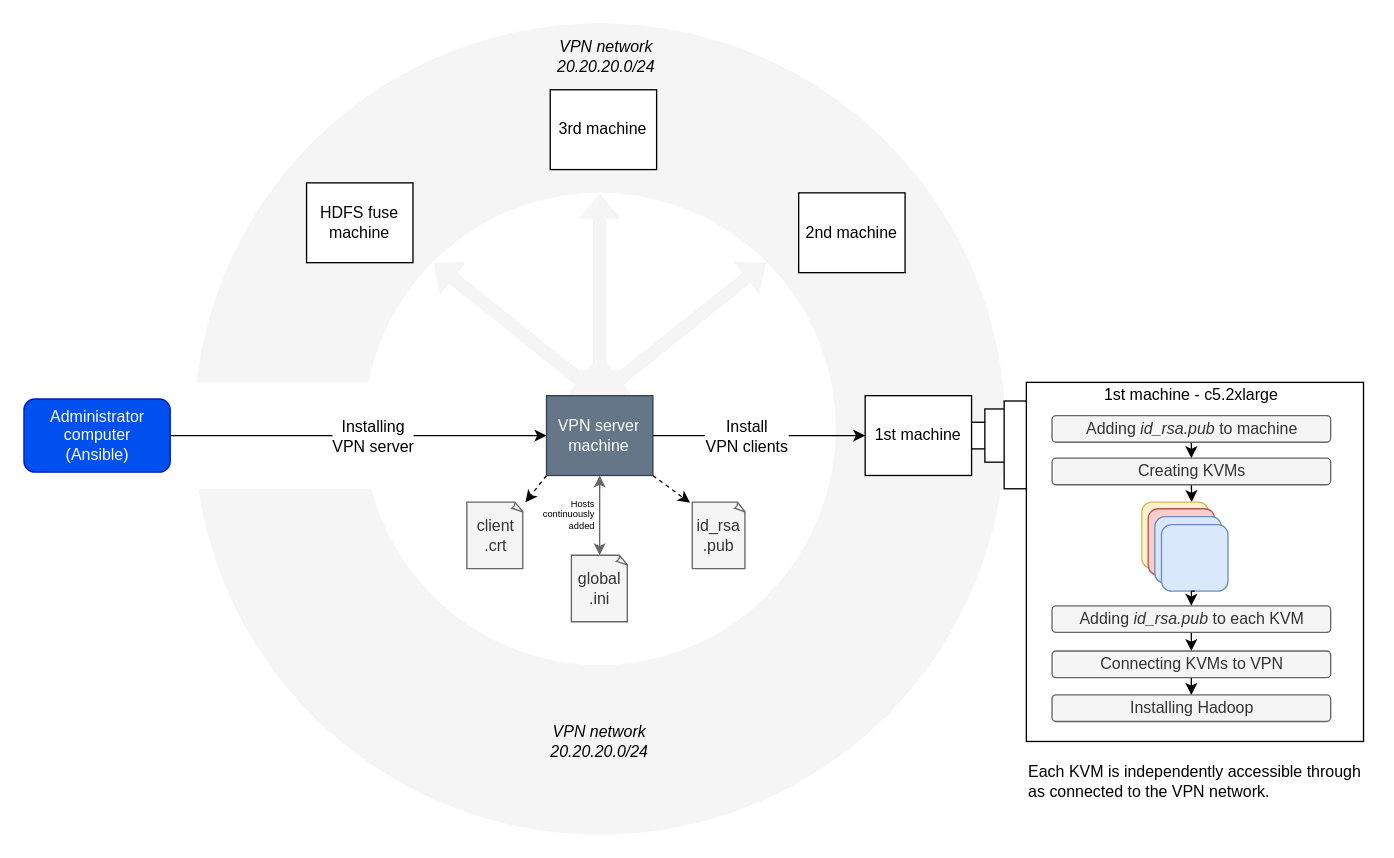
Earlier version of the draw.io diagram chaining.drawio (flavienbwk/aws-terraform-ansible-kvm-hadoop). Source tidied: cells renumbered, new cells numbered last; positions are measured from the earlier drawing's top-left corner, leaving out a move shared by most shapes. Both pictures are drawn from the tidied source at 133%, with x=0, y=0 at pixel (24, 23).
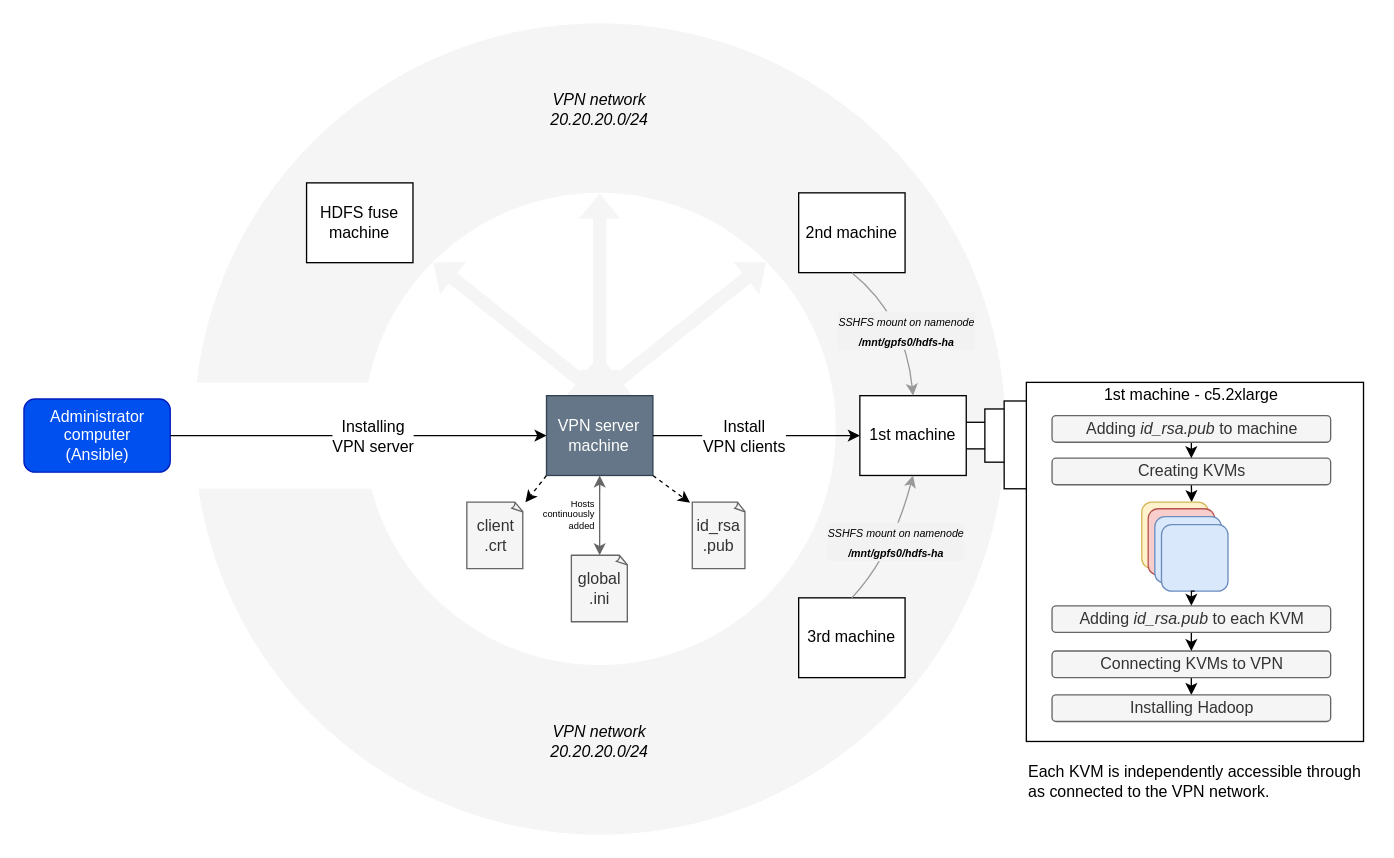
The same diagram, later.

Commit message (it also covers changes not shown here):
Updated architecture schemas and documentation

Unchanged cells that the change refers to:
```xml
<mxCell id="12" value="2nd machine" style="rounded=0;whiteSpace=wrap;html=1;" parent="1" vertex="1">
  <mxGeometry x="582" y="127.5" width="80" height="60" as="geometry" />
</mxCell>
```

Diff of the diagram source:
```diff
@@
     <mxCell id="3" value="&lt;i&gt;VPN network&lt;br&gt;20.20.20.0/24&lt;br&gt;&lt;/i&gt;" style="text;html=1;strokeColor=none;fillColor=none;align=center;verticalAlign=middle;whiteSpace=wrap;rounded=0;shadow=0;dashed=1;" parent="1" vertex="1">
-      <mxGeometry x="396.8" y="10" width="81" height="30" as="geometry" />
+      <mxGeometry x="391.9" y="50" width="81" height="30" as="geometry" />
     </mxCell>
@@
     <mxCell id="11" value="3rd machine" style="rounded=0;whiteSpace=wrap;html=1;" parent="1" vertex="1">
-      <mxGeometry x="395.2" y="50" width="80" height="60" as="geometry" />
+      <mxGeometry x="582" y="432" width="80" height="60" as="geometry" />
     </mxCell>
@@
     <mxCell id="14" value="1st machine" style="rounded=0;whiteSpace=wrap;html=1;" parent="1" vertex="1">
-      <mxGeometry x="632" y="280" width="80" height="60" as="geometry" />
+      <mxGeometry x="628" y="280" width="80" height="60" as="geometry" />
     </mxCell>
@@
+    <mxCell id="48" style="curved=1;endArrow=classic;html=1;rounded=0;elbow=vertical;entryX=0.5;entryY=1;entryDx=0;entryDy=0;exitX=0.5;exitY=0;exitDx=0;exitDy=0;strokeColor=#999999;" parent="1" edge="1" source="11" target="14">
+      <mxGeometry relative="1" as="geometry">
+        <Array as="points">
+          <mxPoint x="652" y="400" />
+        </Array>
+      </mxGeometry>
+    </mxCell>
+    <mxCell id="49" value="&lt;i style=&quot;border-color: var(--border-color); font-size: 12px;&quot;&gt;&lt;span style=&quot;border-color: var(--border-color); font-size: 8px;&quot;&gt;SSHFS mount on namenode&lt;br style=&quot;border-color: var(--border-color);&quot;&gt;&lt;/span&gt;&lt;span style=&quot;border-color: var(--border-color); font-size: 8px;&quot;&gt;&lt;b style=&quot;border-color: var(--border-color);&quot;&gt;/mnt/gpfs0/hdfs-ha&lt;/b&gt;&lt;/span&gt;&lt;/i&gt;" style="edgeLabel;html=1;align=center;verticalAlign=middle;labelBackgroundColor=#F2F2F2;labelBorderColor=none;spacingLeft=0;" parent="48" vertex="1">
+      <mxGeometry x="0.18" y="2" relative="1" as="geometry">
+        <mxPoint y="9" as="offset" />
+      </mxGeometry>
+    </mxCell>
+    <mxCell id="50" style="curved=1;endArrow=classic;html=1;rounded=0;strokeColor=#999999;elbow=vertical;exitX=0.5;exitY=1;exitDx=0;exitDy=0;entryX=0.5;entryY=0;entryDx=0;entryDy=0;" parent="1" edge="1" source="12" target="14">
+      <mxGeometry relative="1" as="geometry">
+        <Array as="points">
+          <mxPoint x="662" y="220" />
+        </Array>
+      </mxGeometry>
+    </mxCell>
+    <mxCell id="51" value="&lt;i style=&quot;border-color: var(--border-color); font-size: 12px;&quot;&gt;&lt;span style=&quot;border-color: var(--border-color); font-size: 8px;&quot;&gt;SSHFS mount on namenode&lt;br style=&quot;border-color: var(--border-color);&quot;&gt;&lt;/span&gt;&lt;span style=&quot;border-color: var(--border-color); font-size: 8px;&quot;&gt;&lt;b style=&quot;border-color: var(--border-color);&quot;&gt;/mnt/gpfs0/hdfs-ha&lt;/b&gt;&lt;/span&gt;&lt;/i&gt;" style="edgeLabel;html=1;align=center;verticalAlign=middle;labelBackgroundColor=#F2F2F2;labelBorderColor=none;spacingLeft=0;" parent="1" vertex="1">
+      <mxGeometry x="662" y="230" as="geometry" />
+    </mxCell>
```
